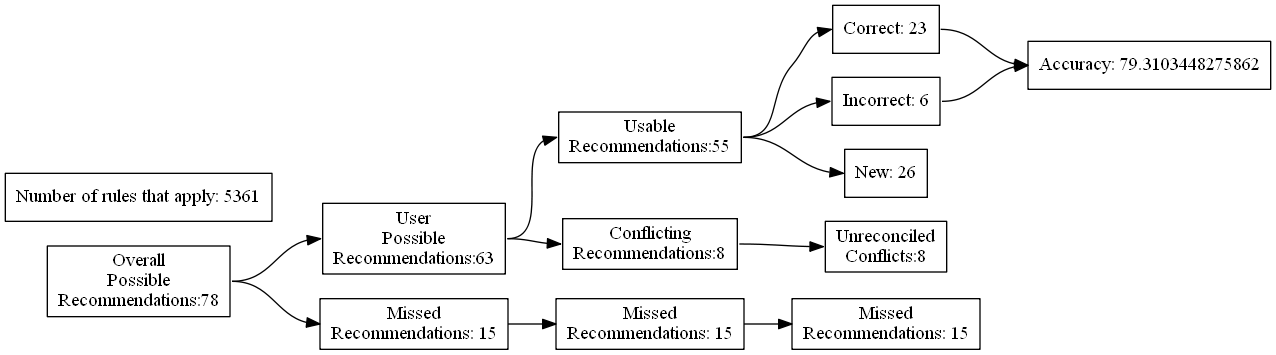
Before: test_renders/3.gv.png, a diagram exported from Graphviz (ZaxR/ibd_diet_analysis). Its source is kept beside it as test_renders/3.gv.
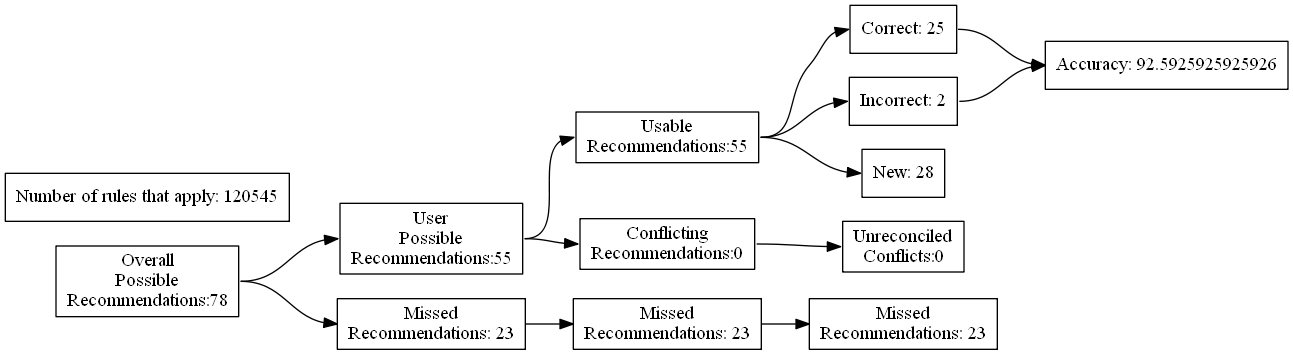
The same file after the commit.

What changed in the source:
```diff
@@ -7,24 +7,24 @@
 Recommendations:78"]
 		B [label="User
 Possible
-Recommendations:63"]
+Recommendations:55"]
 		C [label="Missed
-Recommendations: 15"]
+Recommendations: 23"]
 		D [label="Usable
 Recommendations:55"]
 		E [label="Conflicting
-Recommendations:8"]
+Recommendations:0"]
 		J [label="Missed
-Recommendations: 15"]
+Recommendations: 23"]
 		M [label="Unreconciled
-Conflicts:8"]
-		F [label="Correct: 23"]
-		G [label="Incorrect: 6"]
-		H [label="New: 26"]
+Conflicts:0"]
+		F [label="Correct: 25"]
+		G [label="Incorrect: 2"]
+		H [label="New: 28"]
 		K [label="Missed
-Recommendations: 15"]
-		I [label="Accuracy: 79.3103448275862"]
-		l [label="Number of rules that apply: 5361"]
+Recommendations: 23"]
+		I [label="Accuracy: 92.5925925925926"]
+		l [label="Number of rules that apply: 120545"]
 			A -> B
 			A -> C
 			B -> D
```
